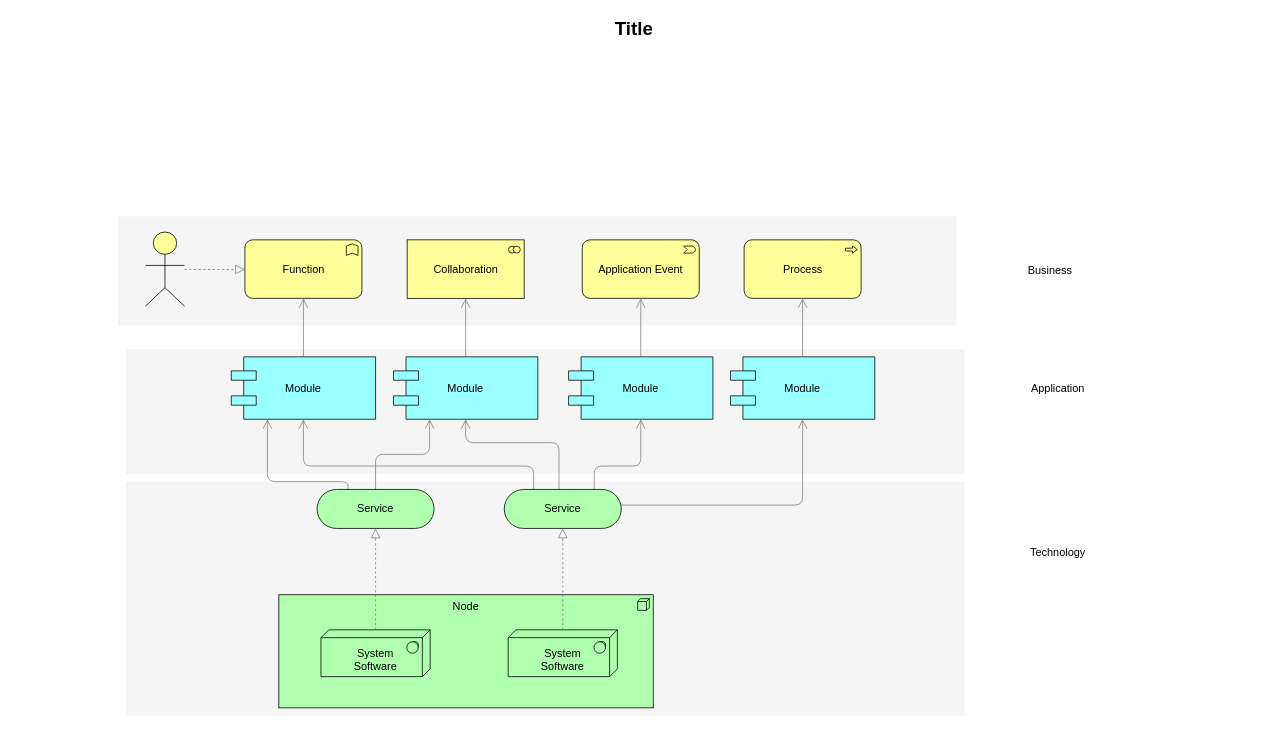
Before: Untitled Diagram.drawio in startarhwa/2019double11, a draw.io diagram. Source tidied: cells renumbered, new cells numbered last; positions are measured from the earlier drawing's top-left corner, leaving out a move shared by most shapes. Both pictures are drawn from the tidied source at 78%, with x=0, y=0 at pixel (13, 13).
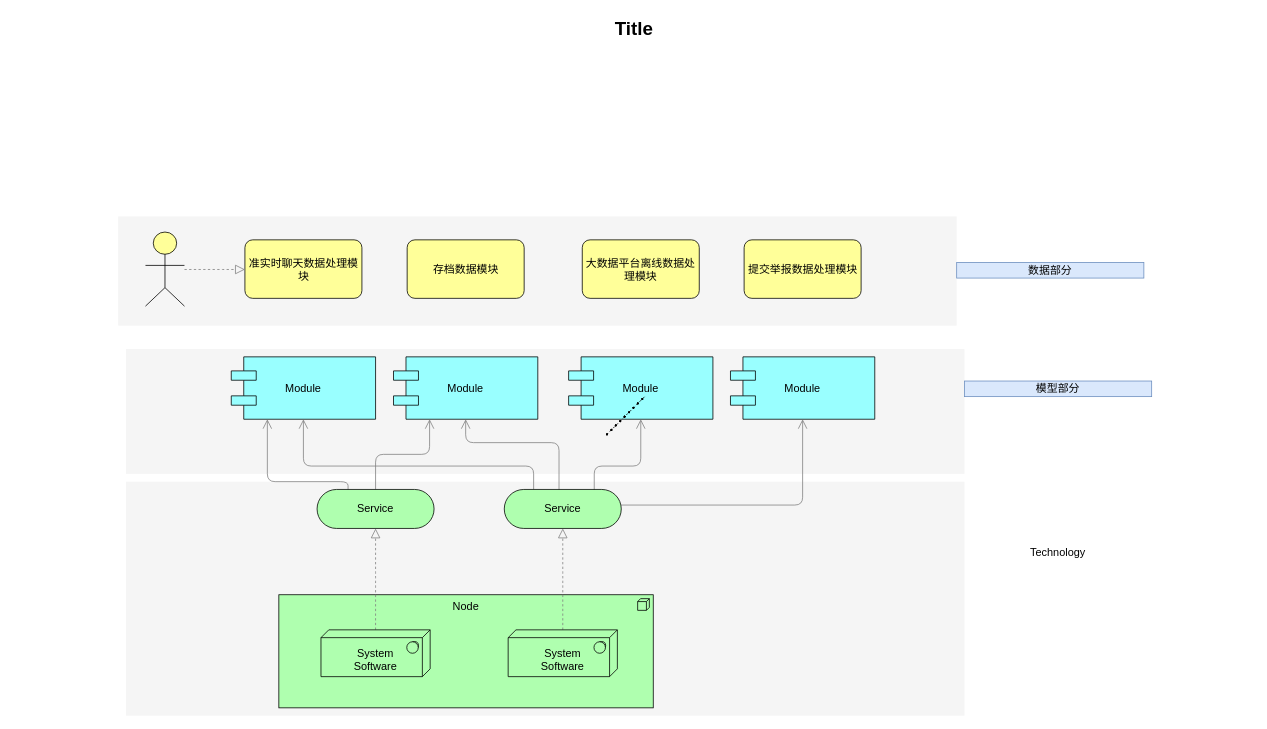
Above is the later version.

Unchanged cells that the change refers to:
```xml
<mxCell id="19" value="Module" style="shape=component;align=center;fillColor=#99ffff;gradientColor=none;fontSize=14;" parent="1" vertex="1">
  <mxGeometry x="279" y="440" width="185" height="80" as="geometry" />
</mxCell>
<mxCell id="21" value="Module" style="shape=component;align=center;fillColor=#99ffff;gradientColor=none;fontSize=14;" parent="1" vertex="1">
  <mxGeometry x="487" y="440" width="185" height="80" as="geometry" />
</mxCell>
<mxCell id="23" value="Module" style="shape=component;align=center;fillColor=#99ffff;gradientColor=none;fontSize=14;" parent="1" vertex="1">
  <mxGeometry x="711.5" y="440" width="185" height="80" as="geometry" />
</mxCell>
<mxCell id="25" value="Module" style="shape=component;align=center;fillColor=#99ffff;gradientColor=none;fontSize=14;" parent="1" vertex="1">
  <mxGeometry x="919" y="440" width="185" height="80" as="geometry" />
</mxCell>
```

The edit, as a diff of the source:
```diff
@@
-    <mxCell id="18" style="edgeStyle=elbowEdgeStyle;rounded=1;elbow=vertical;html=1;startSize=10;endArrow=open;endFill=0;endSize=10;jettySize=auto;strokeColor=#808080;fontSize=14;" parent="1" edge="1" source="19" target="26">
-      <mxGeometry relative="1" as="geometry" />
-    </mxCell>
@@
-    <mxCell id="20" style="edgeStyle=elbowEdgeStyle;rounded=1;elbow=vertical;html=1;startSize=10;endArrow=open;endFill=0;endSize=10;jettySize=auto;strokeColor=#808080;fontSize=14;" parent="1" edge="1" source="21" target="27">
-      <mxGeometry relative="1" as="geometry" />
-    </mxCell>
@@
-    <mxCell id="22" style="edgeStyle=elbowEdgeStyle;rounded=1;elbow=vertical;html=1;startSize=10;endArrow=open;endFill=0;endSize=10;jettySize=auto;strokeColor=#808080;fontSize=14;" parent="1" edge="1" source="23" target="28">
-      <mxGeometry relative="1" as="geometry" />
-    </mxCell>
@@
-    <mxCell id="24" style="edgeStyle=elbowEdgeStyle;rounded=1;elbow=vertical;html=1;startSize=10;endArrow=open;endFill=0;endSize=10;jettySize=auto;strokeColor=#808080;fontSize=14;" parent="1" edge="1" source="25" target="29">
-      <mxGeometry relative="1" as="geometry" />
-    </mxCell>
@@
-    <mxCell id="26" value="Function" style="html=1;whiteSpace=wrap;fillColor=#ffff99;shape=mxgraph.archimate3.application;appType=func;archiType=rounded;fontSize=14;" parent="1" vertex="1">
+    <mxCell id="26" value="准实时聊天数据处理模块" style="html=1;whiteSpace=wrap;fillColor=#ffff99;shape=mxgraph.archimate3.application;appType=;archiType=rounded;fontSize=14;" parent="1" vertex="1">
       <mxGeometry x="296.5" y="290" width="150" height="75" as="geometry" />
     </mxCell>
-    <mxCell id="27" value="Collaboration" style="html=1;whiteSpace=wrap;fillColor=#ffff99;shape=mxgraph.archimate3.application;appType=collab;archiType=square;fontSize=14;" parent="1" vertex="1">
+    <mxCell id="27" value="存档数据模块" style="html=1;whiteSpace=wrap;fillColor=#ffff99;shape=mxgraph.archimate3.application;appType=;archiType=rounded;fontSize=14;" parent="1" vertex="1">
       <mxGeometry x="504.5" y="290" width="150" height="75" as="geometry" />
     </mxCell>
-    <mxCell id="28" value="Application Event" style="html=1;whiteSpace=wrap;fillColor=#ffff99;shape=mxgraph.archimate3.application;appType=event;archiType=rounded;fontSize=14;" parent="1" vertex="1">
+    <mxCell id="28" value="大数据平台离线数据处理模块&lt;br&gt;" style="html=1;whiteSpace=wrap;fillColor=#ffff99;shape=mxgraph.archimate3.application;appType=;archiType=rounded;fontSize=14;" parent="1" vertex="1">
       <mxGeometry x="729" y="290" width="150" height="75" as="geometry" />
     </mxCell>
-    <mxCell id="29" value="Process" style="html=1;whiteSpace=wrap;fillColor=#ffff99;shape=mxgraph.archimate3.application;appType=proc;archiType=rounded;fontSize=14;" parent="1" vertex="1">
+    <mxCell id="29" value="提交举报数据处理模块" style="html=1;whiteSpace=wrap;fillColor=#ffff99;shape=mxgraph.archimate3.application;appType=;archiType=rounded;fontSize=14;" parent="1" vertex="1">
       <mxGeometry x="936.5" y="290" width="150" height="75" as="geometry" />
     </mxCell>
@@
-    <mxCell id="31" value="Application" style="text;html=1;strokeColor=none;fillColor=none;align=center;verticalAlign=middle;whiteSpace=wrap;fontSize=14;" parent="1" vertex="1">
+    <mxCell id="31" value="模型部分" style="text;html=1;strokeColor=#6c8ebf;fillColor=#dae8fc;align=center;verticalAlign=middle;whiteSpace=wrap;fontSize=14;" parent="1" vertex="1">
       <mxGeometry x="1219" y="471" width="240" height="20" as="geometry" />
     </mxCell>
-    <mxCell id="32" value="Business" style="text;html=1;strokeColor=none;fillColor=none;align=center;verticalAlign=middle;whiteSpace=wrap;fontSize=14;" parent="1" vertex="1">
+    <mxCell id="32" value="数据部分" style="text;html=1;strokeColor=#6c8ebf;fillColor=#dae8fc;align=center;verticalAlign=middle;whiteSpace=wrap;fontSize=14;" parent="1" vertex="1">
       <mxGeometry x="1209" y="319" width="240" height="20" as="geometry" />
     </mxCell>
@@
+    <mxCell id="36" style="endArrow=none;dashed=1;html=1;dashPattern=1 3;strokeWidth=2;rounded=0;" parent="1" edge="1">
+      <mxGeometry relative="1" as="geometry">
+        <mxPoint x="760" y="540" as="sourcePoint" />
+        <mxPoint x="810" y="490" as="targetPoint" />
+      </mxGeometry>
+    </mxCell>
+    <mxCell id="37" style="endArrow=none;dashed=1;html=1;rounded=0;" parent="1" edge="1">
+      <mxGeometry relative="1" as="geometry">
+        <mxPoint x="760" y="540" as="sourcePoint" />
+        <mxPoint x="810" y="490" as="targetPoint" />
+      </mxGeometry>
+    </mxCell>
+    <mxCell id="38" style="endArrow=none;dashed=1;html=1;dashPattern=1 3;strokeWidth=2;rounded=0;" parent="1" edge="1">
+      <mxGeometry relative="1" as="geometry">
+        <mxPoint x="760" y="540" as="sourcePoint" />
+        <mxPoint x="810" y="490" as="targetPoint" />
+      </mxGeometry>
+    </mxCell>
+    <mxCell id="39" style="endArrow=none;dashed=1;html=1;dashPattern=1 3;strokeWidth=2;rounded=0;" parent="1" edge="1">
+      <mxGeometry relative="1" as="geometry">
+        <mxPoint x="760" y="540" as="sourcePoint" />
+        <mxPoint x="810" y="490" as="targetPoint" />
+      </mxGeometry>
+    </mxCell>
+    <mxCell id="40" style="endArrow=none;dashed=1;html=1;dashPattern=1 3;strokeWidth=2;rounded=0;" parent="1" edge="1">
+      <mxGeometry relative="1" as="geometry">
+        <mxPoint x="760" y="540" as="sourcePoint" />
+        <mxPoint x="810" y="490" as="targetPoint" />
+      </mxGeometry>
+    </mxCell>
+    <mxCell id="41" style="endArrow=none;dashed=1;html=1;dashPattern=1 3;strokeWidth=2;rounded=0;" parent="1" edge="1">
+      <mxGeometry relative="1" as="geometry">
+        <mxPoint x="760" y="540" as="sourcePoint" />
+        <mxPoint x="810" y="490" as="targetPoint" />
+      </mxGeometry>
+    </mxCell>
```
